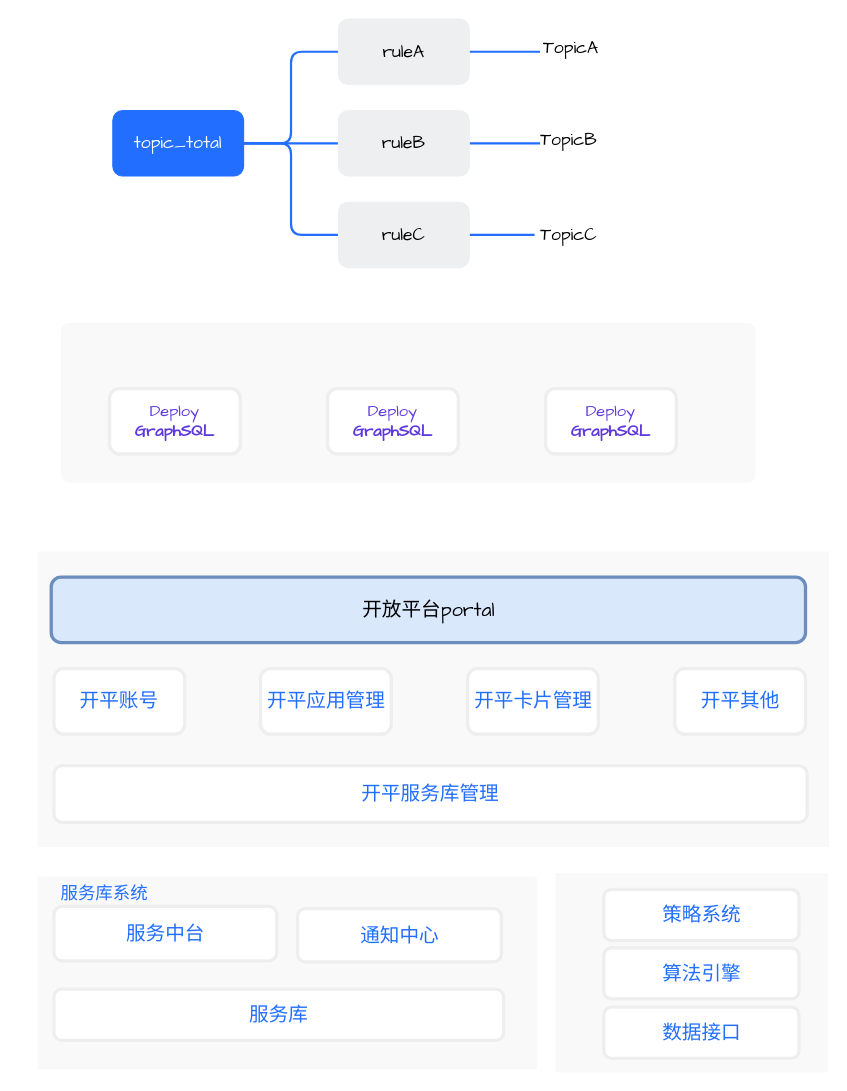
2pc/mydrawio keeps this draw.io diagram as trigger_action.drawio. Above is the earlier version. Source tidied: cells renumbered, new cells numbered last; positions are measured from the earlier drawing's top-left corner, leaving out a move shared by most shapes. Both pictures are drawn from the tidied source at 109%, with x=0, y=0 at pixel (19, 19).
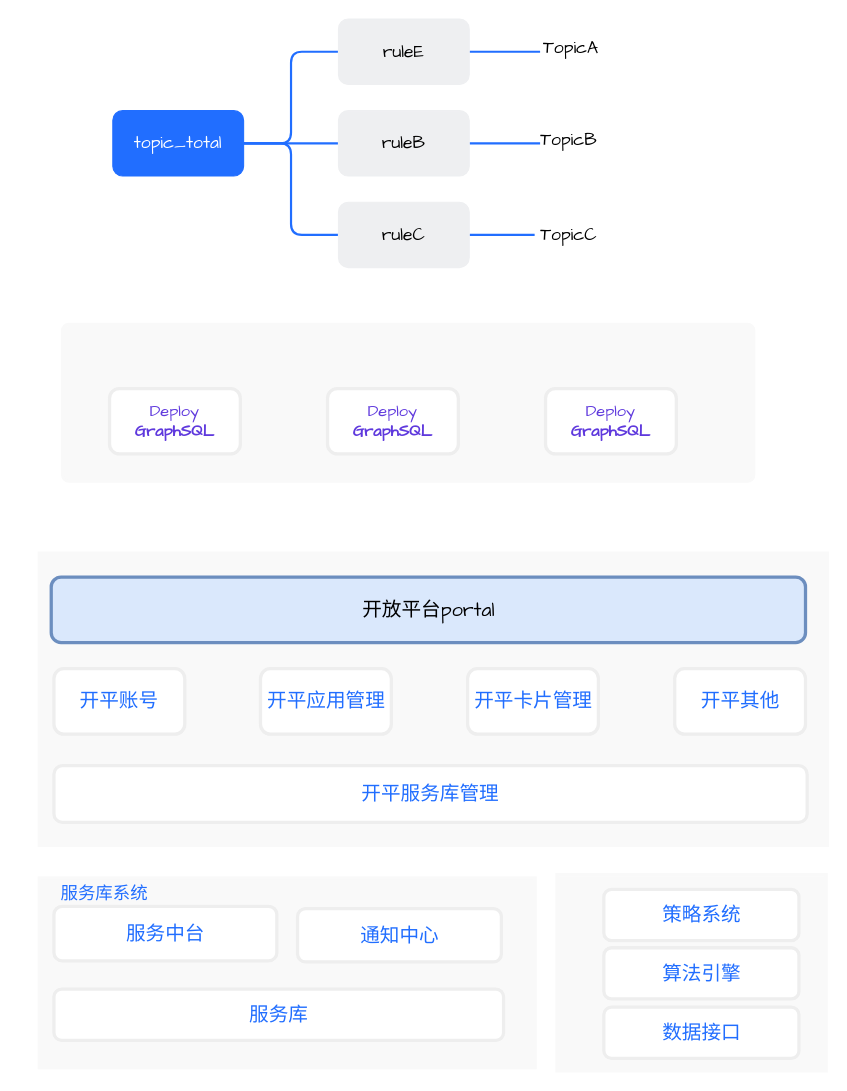
The same page after the edit.

What changed in the source:
```diff
@@
-    <mxCell id="11" value="&lt;font style=&quot;font-size: 16px&quot; face=&quot;Comic Sans MS&quot;&gt;ruleA&lt;/font&gt;" style="rounded=1;whiteSpace=wrap;html=1;fillColor=#EEEFF1;strokeColor=#EEEFF1;fontColor=#000000;" parent="1" vertex="1">
+    <mxCell id="11" value="&lt;font style=&quot;font-size: 16px&quot; face=&quot;Comic Sans MS&quot;&gt;ruleE&lt;/font&gt;" style="rounded=1;whiteSpace=wrap;html=1;fillColor=#EEEFF1;strokeColor=#EEEFF1;fontColor=#000000;" parent="1" vertex="1">
       <mxGeometry x="293" width="120" height="60" as="geometry" />
     </mxCell>
```
